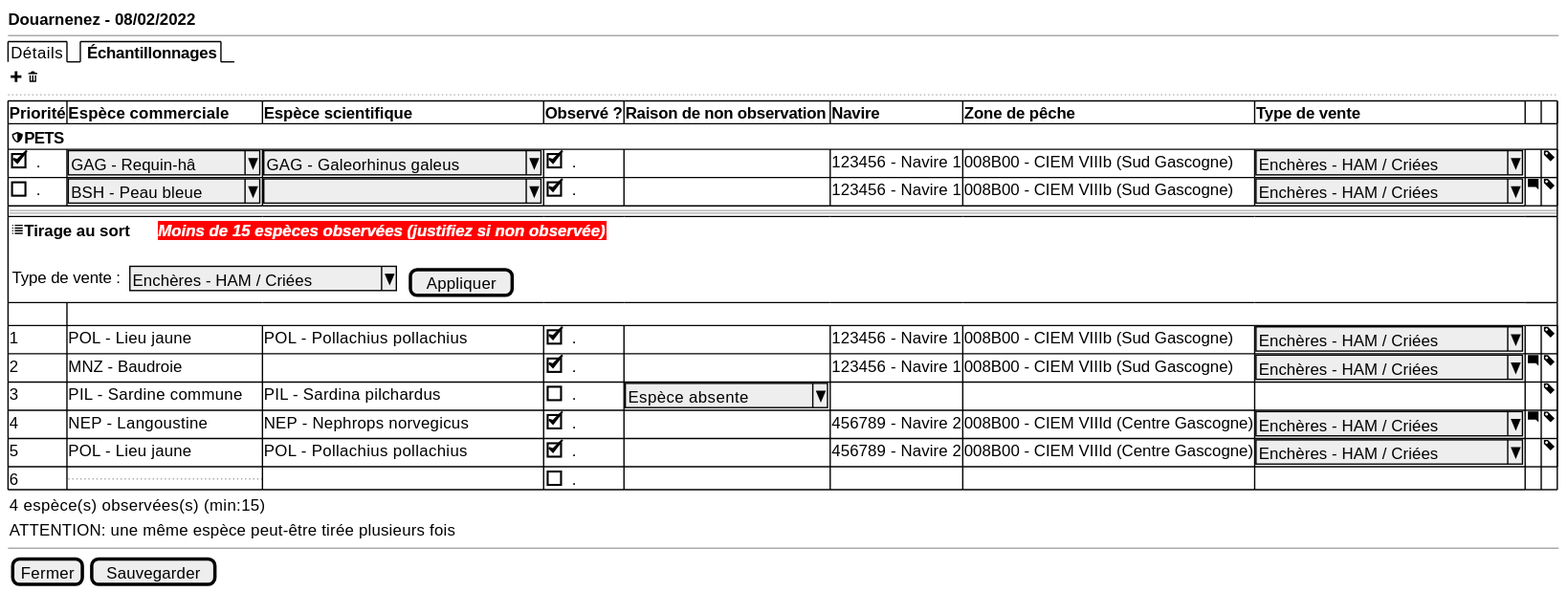
Above: projects/obsvente/spe/images/landings-table-pets-random.svg in sumaris-net/sumaris-doc (PlantUML), before the change. Its source is kept beside it as projects/obsvente/spe/images/landings-table-pets-random.puml.
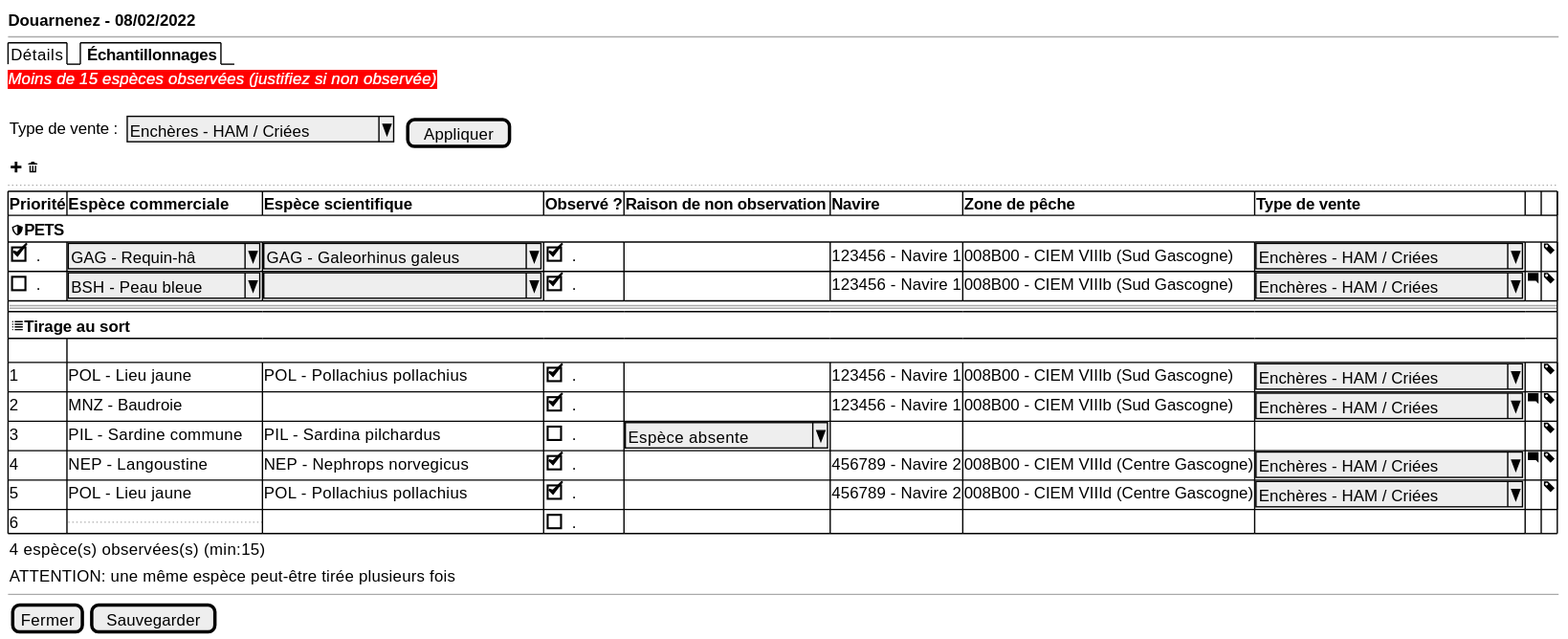
Above is the later version.

The edit, as a diff of the source:
```diff
@@ -7,7 +7,11 @@
 
   <b>Douarnenez - 08/02/2022
   --
+
   {/  Détails | <b> Échantillonnages}
+  <back:red><font color=white><i>Moins de 15 espèces observées (justifiez si non observée)
+  .
+  { Type de vente : | . | ^Enchères - HAM / Criées^ | . | [Appliquer] }
   { <&plus> <&trash> }
   ..
 	{#
@@ -19,9 +23,8 @@
         []. | ^BSH - Peau bleue^ | ^                        ^ | [X]. | . | 123456 - Navire 1 | 008B00 - CIEM VIIIb (Sud Gascogne) | ^Enchères - HAM / Criées^ | <&comment-square> | <&tag>
         == | * | * | * | * | * | * | * | * | * | *
          {
-             <&list><b>Tirage au sort       <back:red><font color=white><i>Moins de 15 espèces observées (justifiez si non observée)
-             .
-             { Type de vente : | . | ^Enchères - HAM / Criées^ | . | [Appliquer] }
+             <&list><b>Tirage au sort
+
          } | * | * | * | * | * | * | * | * | * | *
         .
         1 | POL - Lieu jaune | POL - Pollachius pollachius | [X]. | . | 123456 - Navire 1 | 008B00 - CIEM VIIIb (Sud Gascogne) | ^Enchères - HAM / Criées^ | . | <&tag>
```
